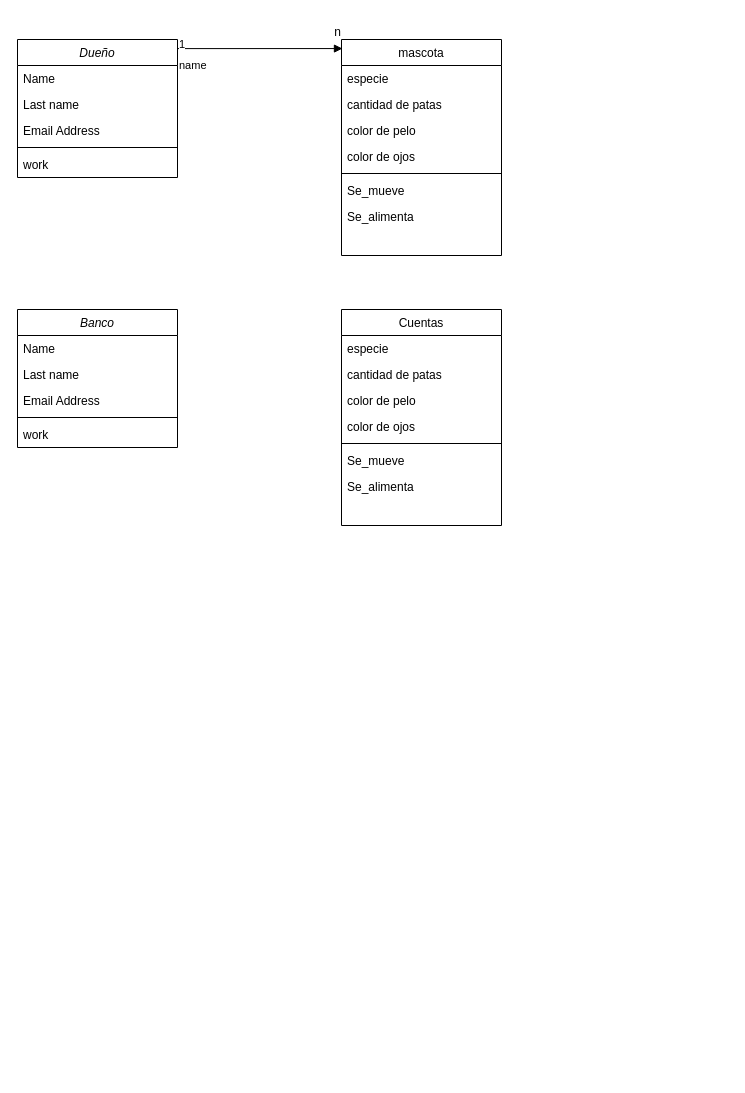
Earlier version of the draw.io diagram Diagrama de clases.drawio (JonathanUrquiza/DER). Source tidied: cells renumbered, new cells numbered last; positions are measured from the earlier drawing's top-left corner, leaving out a move shared by most shapes. Both pictures are drawn from the tidied source at 100%, with x=0, y=0 at pixel (17, 17).
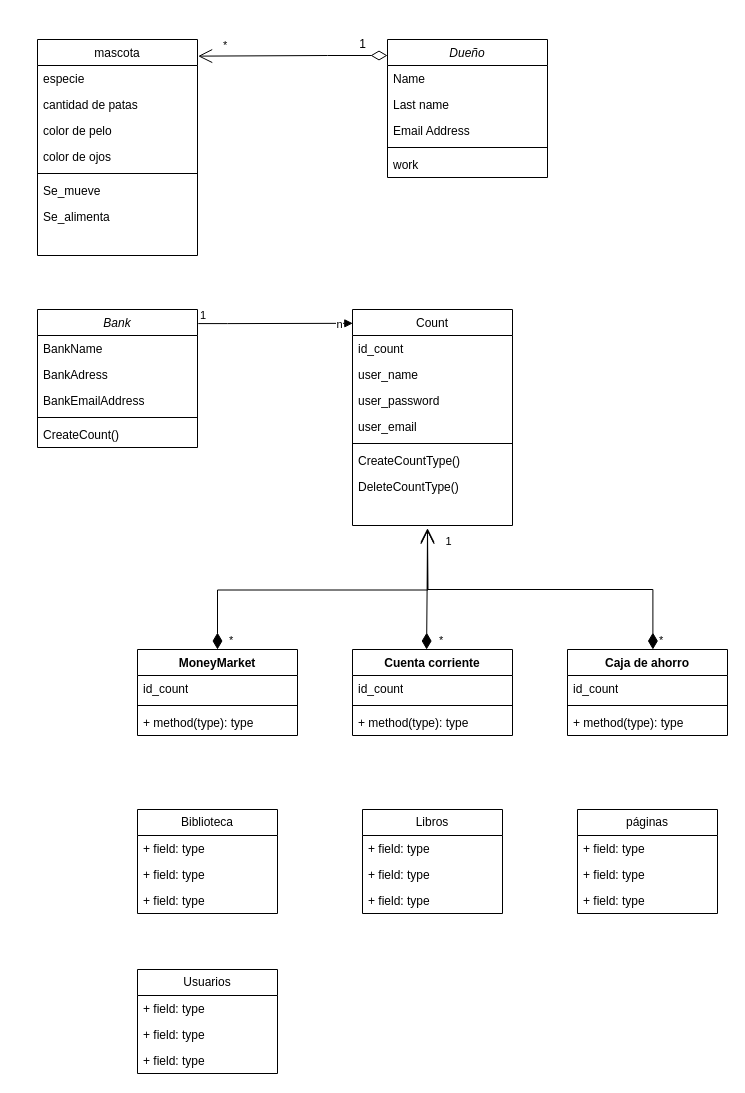
The same diagram, later.

Diff of the diagram source:
```diff
@@
     <mxCell id="2" value="Dueño" style="swimlane;fontStyle=2;align=center;verticalAlign=top;horizontal=1;startSize=26;rounded=0;shadow=0;strokeWidth=1;" parent="1" vertex="1">
-      <mxGeometry y="22" width="160" height="138" as="geometry" />
+      <mxGeometry x="370" y="22" width="160" height="138" as="geometry" />
     </mxCell>
@@
     <mxCell id="8" value="mascota" style="swimlane;fontStyle=0;align=center;verticalAlign=top;horizontal=1;startSize=26;rounded=0;shadow=0;strokeWidth=1;" parent="1" vertex="1">
-      <mxGeometry x="324" y="22" width="160" height="216" as="geometry" />
+      <mxGeometry x="20" y="22" width="160" height="216" as="geometry" />
     </mxCell>
@@
-    <mxCell id="16" value="name" style="endArrow=block;endFill=1;html=1;edgeStyle=orthogonalEdgeStyle;align=left;verticalAlign=top;rounded=0;exitX=1;exitY=0.094;exitDx=0;exitDy=0;exitPerimeter=0;entryX=0.006;entryY=0.042;entryDx=0;entryDy=0;entryPerimeter=0;" parent="1" edge="1" source="2" target="8">
-      <mxGeometry x="-1" relative="1" as="geometry">
-        <Array as="points">
-          <mxPoint x="160" y="31" />
-        </Array>
-      </mxGeometry>
-    </mxCell>
-    <mxCell id="17" value="1" style="edgeLabel;html=1;align=left;verticalAlign=bottom;" parent="16" vertex="1">
-      <mxGeometry x="-1" relative="1" as="geometry" />
-    </mxCell>
-    <mxCell id="18" value="n" style="text;html=1;align=center;verticalAlign=middle;strokeColor=none;fillColor=none;" parent="1" vertex="1">
-      <mxGeometry x="305" width="30" height="30" as="geometry" />
-    </mxCell>
-    <mxCell id="19" value="Banco" style="swimlane;fontStyle=2;align=center;verticalAlign=top;horizontal=1;startSize=26;rounded=0;shadow=0;strokeWidth=1;" parent="1" vertex="1">
-      <mxGeometry y="292" width="160" height="138" as="geometry" />
+    <mxCell id="19" value="Bank" style="swimlane;fontStyle=2;align=center;verticalAlign=top;horizontal=1;startSize=26;rounded=0;shadow=0;strokeWidth=1;" parent="1" vertex="1">
+      <mxGeometry x="20" y="292" width="160" height="138" as="geometry" />
     </mxCell>
-    <mxCell id="20" value="Name" style="text;align=left;verticalAlign=top;spacingLeft=4;spacingRight=4;overflow=hidden;" parent="19" vertex="1">
+    <mxCell id="20" value="BankName" style="text;align=left;verticalAlign=top;spacingLeft=4;spacingRight=4;overflow=hidden;" parent="19" vertex="1">
       <mxGeometry y="26" width="160" height="26" as="geometry" />
     </mxCell>
-    <mxCell id="21" value="Last name" style="text;align=left;verticalAlign=top;spacingLeft=4;spacingRight=4;overflow=hidden;rounded=0;shadow=0;html=0;" parent="19" vertex="1">
+    <mxCell id="21" value="BankAdress" style="text;align=left;verticalAlign=top;spacingLeft=4;spacingRight=4;overflow=hidden;rounded=0;shadow=0;html=0;" parent="19" vertex="1">
       <mxGeometry y="52" width="160" height="26" as="geometry" />
     </mxCell>
-    <mxCell id="22" value="Email Address" style="text;align=left;verticalAlign=top;spacingLeft=4;spacingRight=4;overflow=hidden;rounded=0;shadow=0;html=0;" parent="19" vertex="1">
+    <mxCell id="22" value="BankEmailAddress" style="text;align=left;verticalAlign=top;spacingLeft=4;spacingRight=4;overflow=hidden;rounded=0;shadow=0;html=0;" parent="19" vertex="1">
       <mxGeometry y="78" width="160" height="26" as="geometry" />
     </mxCell>
@@
-    <mxCell id="24" value="work" style="text;align=left;verticalAlign=top;spacingLeft=4;spacingRight=4;overflow=hidden;" parent="19" vertex="1">
+    <mxCell id="24" value="CreateCount()" style="text;align=left;verticalAlign=top;spacingLeft=4;spacingRight=4;overflow=hidden;" parent="19" vertex="1">
       <mxGeometry y="112" width="160" height="26" as="geometry" />
     </mxCell>
-    <mxCell id="25" value="Cuentas" style="swimlane;fontStyle=0;align=center;verticalAlign=top;horizontal=1;startSize=26;rounded=0;shadow=0;strokeWidth=1;" parent="1" vertex="1">
-      <mxGeometry x="324" y="292" width="160" height="216" as="geometry" />
+    <mxCell id="25" value="Count" style="swimlane;fontStyle=0;align=center;verticalAlign=top;horizontal=1;startSize=26;rounded=0;shadow=0;strokeWidth=1;" parent="1" vertex="1">
+      <mxGeometry x="335" y="292" width="160" height="216" as="geometry" />
     </mxCell>
-    <mxCell id="26" value="especie " style="text;align=left;verticalAlign=top;spacingLeft=4;spacingRight=4;overflow=hidden;" parent="25" vertex="1">
+    <mxCell id="26" value="id_count" style="text;align=left;verticalAlign=top;spacingLeft=4;spacingRight=4;overflow=hidden;" parent="25" vertex="1">
       <mxGeometry y="26" width="160" height="26" as="geometry" />
     </mxCell>
-    <mxCell id="27" value="cantidad de patas" style="text;align=left;verticalAlign=top;spacingLeft=4;spacingRight=4;overflow=hidden;rounded=0;shadow=0;html=0;" parent="25" vertex="1">
+    <mxCell id="27" value="user_name" style="text;align=left;verticalAlign=top;spacingLeft=4;spacingRight=4;overflow=hidden;rounded=0;shadow=0;html=0;" parent="25" vertex="1">
       <mxGeometry y="52" width="160" height="26" as="geometry" />
     </mxCell>
-    <mxCell id="28" value="color de pelo" style="text;align=left;verticalAlign=top;spacingLeft=4;spacingRight=4;overflow=hidden;rounded=0;shadow=0;html=0;" parent="25" vertex="1">
+    <mxCell id="28" value="user_password" style="text;align=left;verticalAlign=top;spacingLeft=4;spacingRight=4;overflow=hidden;rounded=0;shadow=0;html=0;" parent="25" vertex="1">
       <mxGeometry y="78" width="160" height="26" as="geometry" />
     </mxCell>
-    <mxCell id="29" value="color de ojos" style="text;align=left;verticalAlign=top;spacingLeft=4;spacingRight=4;overflow=hidden;rounded=0;shadow=0;html=0;" parent="25" vertex="1">
+    <mxCell id="29" value="user_email" style="text;align=left;verticalAlign=top;spacingLeft=4;spacingRight=4;overflow=hidden;rounded=0;shadow=0;html=0;" parent="25" vertex="1">
       <mxGeometry y="104" width="160" height="26" as="geometry" />
     </mxCell>
@@
-    <mxCell id="31" value="Se_mueve" style="text;align=left;verticalAlign=top;spacingLeft=4;spacingRight=4;overflow=hidden;" parent="25" vertex="1">
+    <mxCell id="31" value="CreateCountType()" style="text;align=left;verticalAlign=top;spacingLeft=4;spacingRight=4;overflow=hidden;" parent="25" vertex="1">
       <mxGeometry y="138" width="160" height="26" as="geometry" />
     </mxCell>
-    <mxCell id="32" value="Se_alimenta" style="text;align=left;verticalAlign=top;spacingLeft=4;spacingRight=4;overflow=hidden;" parent="25" vertex="1">
+    <mxCell id="32" value="DeleteCountType()" style="text;align=left;verticalAlign=top;spacingLeft=4;spacingRight=4;overflow=hidden;" parent="25" vertex="1">
       <mxGeometry y="164" width="160" height="26" as="geometry" />
     </mxCell>
+    <mxCell id="33" style="endArrow=block;endFill=1;html=1;edgeStyle=orthogonalEdgeStyle;align=left;verticalAlign=top;rounded=0;entryX=0.002;entryY=0.064;entryDx=0;entryDy=0;entryPerimeter=0;exitX=1.005;exitY=0.102;exitDx=0;exitDy=0;exitPerimeter=0;" parent="1" edge="1" source="19" target="25">
+      <mxGeometry x="-1" relative="1" as="geometry">
+        <Array as="points">
+          <mxPoint x="210" y="306" />
+        </Array>
+      </mxGeometry>
+    </mxCell>
+    <mxCell id="17" value="1" style="edgeLabel;html=1;align=left;verticalAlign=bottom;" parent="33" vertex="1">
+      <mxGeometry x="-1" relative="1" as="geometry" />
+    </mxCell>
+    <mxCell id="18" value="n" style="edgeLabel;html=1;align=center;verticalAlign=middle;" parent="33" vertex="1">
+      <mxGeometry x="0.83" y="-1" relative="1" as="geometry" />
+    </mxCell>
+    <mxCell id="16" value="*" style="endArrow=open;html=1;endSize=12;startArrow=diamondThin;startSize=14;startFill=0;edgeStyle=orthogonalEdgeStyle;align=left;verticalAlign=bottom;rounded=0;exitX=0;exitY=0.116;exitDx=0;exitDy=0;exitPerimeter=0;entryX=1.004;entryY=0.077;entryDx=0;entryDy=0;entryPerimeter=0;" parent="1" edge="1" source="2" target="8">
+      <mxGeometry x="0.75" y="-2" relative="1" as="geometry">
+        <Array as="points">
+          <mxPoint x="310" y="38" />
+        </Array>
+      </mxGeometry>
+    </mxCell>
+    <mxCell id="34" value="1" style="text;html=1;align=center;verticalAlign=middle;strokeColor=none;fillColor=none;" parent="1" vertex="1">
+      <mxGeometry x="330" y="12" width="30" height="30" as="geometry" />
+    </mxCell>
+    <mxCell id="35" value="Cuenta corriente" style="swimlane;fontStyle=1;align=center;verticalAlign=top;horizontal=1;startSize=26;whiteSpace=wrap;html=1;" parent="1" vertex="1">
+      <mxGeometry x="335" y="632" width="160" height="86" as="geometry" />
+    </mxCell>
+    <mxCell id="36" value="id_count" style="text;strokeColor=none;fillColor=none;align=left;verticalAlign=top;spacingLeft=4;spacingRight=4;overflow=hidden;whiteSpace=wrap;html=1;" parent="35" vertex="1">
+      <mxGeometry y="26" width="160" height="26" as="geometry" />
+    </mxCell>
+    <mxCell id="37" style="line;strokeWidth=1;fillColor=none;align=left;verticalAlign=middle;spacingTop=-1;spacingLeft=3;spacingRight=3;labelPosition=right;strokeColor=inherit;" parent="35" vertex="1">
+      <mxGeometry y="52" width="160" height="8" as="geometry" />
+    </mxCell>
+    <mxCell id="38" value="+ method(type): type" style="text;strokeColor=none;fillColor=none;align=left;verticalAlign=top;spacingLeft=4;spacingRight=4;overflow=hidden;whiteSpace=wrap;html=1;" parent="35" vertex="1">
+      <mxGeometry y="60" width="160" height="26" as="geometry" />
+    </mxCell>
+    <mxCell id="39" value="MoneyMarket" style="swimlane;fontStyle=1;align=center;verticalAlign=top;horizontal=1;startSize=26;whiteSpace=wrap;html=1;" parent="1" vertex="1">
+      <mxGeometry x="120" y="632" width="160" height="86" as="geometry" />
+    </mxCell>
+    <mxCell id="40" value="id_count" style="text;strokeColor=none;fillColor=none;align=left;verticalAlign=top;spacingLeft=4;spacingRight=4;overflow=hidden;whiteSpace=wrap;html=1;" parent="39" vertex="1">
+      <mxGeometry y="26" width="160" height="26" as="geometry" />
+    </mxCell>
+    <mxCell id="41" style="line;strokeWidth=1;fillColor=none;align=left;verticalAlign=middle;spacingTop=-1;spacingLeft=3;spacingRight=3;labelPosition=right;strokeColor=inherit;" parent="39" vertex="1">
+      <mxGeometry y="52" width="160" height="8" as="geometry" />
+    </mxCell>
+    <mxCell id="42" value="+ method(type): type" style="text;strokeColor=none;fillColor=none;align=left;verticalAlign=top;spacingLeft=4;spacingRight=4;overflow=hidden;whiteSpace=wrap;html=1;" parent="39" vertex="1">
+      <mxGeometry y="60" width="160" height="26" as="geometry" />
+    </mxCell>
+    <mxCell id="43" value="Caja de ahorro" style="swimlane;fontStyle=1;align=center;verticalAlign=top;horizontal=1;startSize=26;whiteSpace=wrap;html=1;" parent="1" vertex="1">
+      <mxGeometry x="550" y="632" width="160" height="86" as="geometry" />
+    </mxCell>
+    <mxCell id="44" value="id_count" style="text;strokeColor=none;fillColor=none;align=left;verticalAlign=top;spacingLeft=4;spacingRight=4;overflow=hidden;whiteSpace=wrap;html=1;" parent="43" vertex="1">
+      <mxGeometry y="26" width="160" height="26" as="geometry" />
+    </mxCell>
+    <mxCell id="45" style="line;strokeWidth=1;fillColor=none;align=left;verticalAlign=middle;spacingTop=-1;spacingLeft=3;spacingRight=3;labelPosition=right;strokeColor=inherit;" parent="43" vertex="1">
+      <mxGeometry y="52" width="160" height="8" as="geometry" />
+    </mxCell>
+    <mxCell id="46" value="+ method(type): type" style="text;strokeColor=none;fillColor=none;align=left;verticalAlign=top;spacingLeft=4;spacingRight=4;overflow=hidden;whiteSpace=wrap;html=1;" parent="43" vertex="1">
+      <mxGeometry y="60" width="160" height="26" as="geometry" />
+    </mxCell>
+    <mxCell id="47" value="*" style="endArrow=open;html=1;endSize=12;startArrow=diamondThin;startSize=14;startFill=1;edgeStyle=orthogonalEdgeStyle;align=left;verticalAlign=bottom;rounded=0;exitX=0.5;exitY=0;exitDx=0;exitDy=0;" parent="1" edge="1" source="39">
+      <mxGeometry x="-1" y="-10" relative="1" as="geometry">
+        <mxPoint x="410" y="512" as="targetPoint" />
+      </mxGeometry>
+    </mxCell>
+    <mxCell id="48" value="*" style="endArrow=open;html=1;endSize=12;startArrow=diamondThin;startSize=14;startFill=1;edgeStyle=orthogonalEdgeStyle;align=left;verticalAlign=bottom;rounded=0;exitX=0.534;exitY=0.016;exitDx=0;exitDy=0;exitPerimeter=0;" parent="1" edge="1">
+      <mxGeometry x="-1" y="-5" relative="1" as="geometry">
+        <mxPoint x="635.4" y="632" as="sourcePoint" />
+        <mxPoint x="410" y="510.6" as="targetPoint" />
+        <Array as="points">
+          <mxPoint x="635" y="572" />
+          <mxPoint x="410" y="572" />
+        </Array>
+      </mxGeometry>
+    </mxCell>
+    <mxCell id="49" value="*" style="endArrow=open;html=1;endSize=12;startArrow=diamondThin;startSize=14;startFill=1;edgeStyle=orthogonalEdgeStyle;align=left;verticalAlign=bottom;rounded=0;exitX=0.463;exitY=0.001;exitDx=0;exitDy=0;exitPerimeter=0;" parent="1" edge="1">
+      <mxGeometry x="-1" y="-11" relative="1" as="geometry">
+        <mxPoint x="409.1" y="632" as="sourcePoint" />
+        <mxPoint x="410" y="511.9" as="targetPoint" />
+      </mxGeometry>
+    </mxCell>
+    <mxCell id="50" value="1" style="edgeLabel;html=1;align=center;verticalAlign=middle;" parent="49" vertex="1">
+      <mxGeometry x="0.8" y="-2" relative="1" as="geometry">
+        <mxPoint x="18" as="offset" />
+      </mxGeometry>
+    </mxCell>
+    <mxCell id="51" value="Biblioteca" style="swimlane;fontStyle=0;horizontal=1;startSize=26;fillColor=none;whiteSpace=wrap;html=1;" parent="1" vertex="1">
+      <mxGeometry x="120" y="792" width="140" height="104" as="geometry" />
+    </mxCell>
+    <mxCell id="52" value="+ field: type" style="text;strokeColor=none;fillColor=none;align=left;verticalAlign=top;spacingLeft=4;spacingRight=4;overflow=hidden;whiteSpace=wrap;html=1;" parent="51" vertex="1">
+      <mxGeometry y="26" width="140" height="26" as="geometry" />
+    </mxCell>
+    <mxCell id="53" value="+ field: type" style="text;strokeColor=none;fillColor=none;align=left;verticalAlign=top;spacingLeft=4;spacingRight=4;overflow=hidden;whiteSpace=wrap;html=1;" parent="51" vertex="1">
+      <mxGeometry y="52" width="140" height="26" as="geometry" />
+    </mxCell>
+    <mxCell id="54" value="+ field: type" style="text;strokeColor=none;fillColor=none;align=left;verticalAlign=top;spacingLeft=4;spacingRight=4;overflow=hidden;whiteSpace=wrap;html=1;" parent="51" vertex="1">
+      <mxGeometry y="78" width="140" height="26" as="geometry" />
+    </mxCell>
+    <mxCell id="55" value="Libros" style="swimlane;fontStyle=0;horizontal=1;startSize=26;fillColor=none;whiteSpace=wrap;html=1;" parent="1" vertex="1">
+      <mxGeometry x="345" y="792" width="140" height="104" as="geometry" />
+    </mxCell>
+    <mxCell id="56" value="+ field: type" style="text;strokeColor=none;fillColor=none;align=left;verticalAlign=top;spacingLeft=4;spacingRight=4;overflow=hidden;whiteSpace=wrap;html=1;" parent="55" vertex="1">
+      <mxGeometry y="26" width="140" height="26" as="geometry" />
+    </mxCell>
+    <mxCell id="57" value="+ field: type" style="text;strokeColor=none;fillColor=none;align=left;verticalAlign=top;spacingLeft=4;spacingRight=4;overflow=hidden;whiteSpace=wrap;html=1;" parent="55" vertex="1">
+      <mxGeometry y="52" width="140" height="26" as="geometry" />
+    </mxCell>
+    <mxCell id="58" value="+ field: type" style="text;strokeColor=none;fillColor=none;align=left;verticalAlign=top;spacingLeft=4;spacingRight=4;overflow=hidden;whiteSpace=wrap;html=1;" parent="55" vertex="1">
+      <mxGeometry y="78" width="140" height="26" as="geometry" />
+    </mxCell>
+    <mxCell id="59" value="páginas" style="swimlane;fontStyle=0;horizontal=1;startSize=26;fillColor=none;whiteSpace=wrap;html=1;" parent="1" vertex="1">
+      <mxGeometry x="560" y="792" width="140" height="104" as="geometry" />
+    </mxCell>
+    <mxCell id="60" value="+ field: type" style="text;strokeColor=none;fillColor=none;align=left;verticalAlign=top;spacingLeft=4;spacingRight=4;overflow=hidden;whiteSpace=wrap;html=1;" parent="59" vertex="1">
+      <mxGeometry y="26" width="140" height="26" as="geometry" />
+    </mxCell>
+    <mxCell id="61" value="+ field: type" style="text;strokeColor=none;fillColor=none;align=left;verticalAlign=top;spacingLeft=4;spacingRight=4;overflow=hidden;whiteSpace=wrap;html=1;" parent="59" vertex="1">
+      <mxGeometry y="52" width="140" height="26" as="geometry" />
+    </mxCell>
+    <mxCell id="62" value="+ field: type" style="text;strokeColor=none;fillColor=none;align=left;verticalAlign=top;spacingLeft=4;spacingRight=4;overflow=hidden;whiteSpace=wrap;html=1;" parent="59" vertex="1">
+      <mxGeometry y="78" width="140" height="26" as="geometry" />
+    </mxCell>
+    <mxCell id="63" value="Usuarios" style="swimlane;fontStyle=0;horizontal=1;startSize=26;fillColor=none;whiteSpace=wrap;html=1;" parent="1" vertex="1">
+      <mxGeometry x="120" y="952" width="140" height="104" as="geometry" />
+    </mxCell>
+    <mxCell id="64" value="+ field: type" style="text;strokeColor=none;fillColor=none;align=left;verticalAlign=top;spacingLeft=4;spacingRight=4;overflow=hidden;whiteSpace=wrap;html=1;" parent="63" vertex="1">
+      <mxGeometry y="26" width="140" height="26" as="geometry" />
+    </mxCell>
+    <mxCell id="65" value="+ field: type" style="text;strokeColor=none;fillColor=none;align=left;verticalAlign=top;spacingLeft=4;spacingRight=4;overflow=hidden;whiteSpace=wrap;html=1;" parent="63" vertex="1">
+      <mxGeometry y="52" width="140" height="26" as="geometry" />
+    </mxCell>
+    <mxCell id="66" value="+ field: type" style="text;strokeColor=none;fillColor=none;align=left;verticalAlign=top;spacingLeft=4;spacingRight=4;overflow=hidden;whiteSpace=wrap;html=1;" parent="63" vertex="1">
+      <mxGeometry y="78" width="140" height="26" as="geometry" />
+    </mxCell>
```
